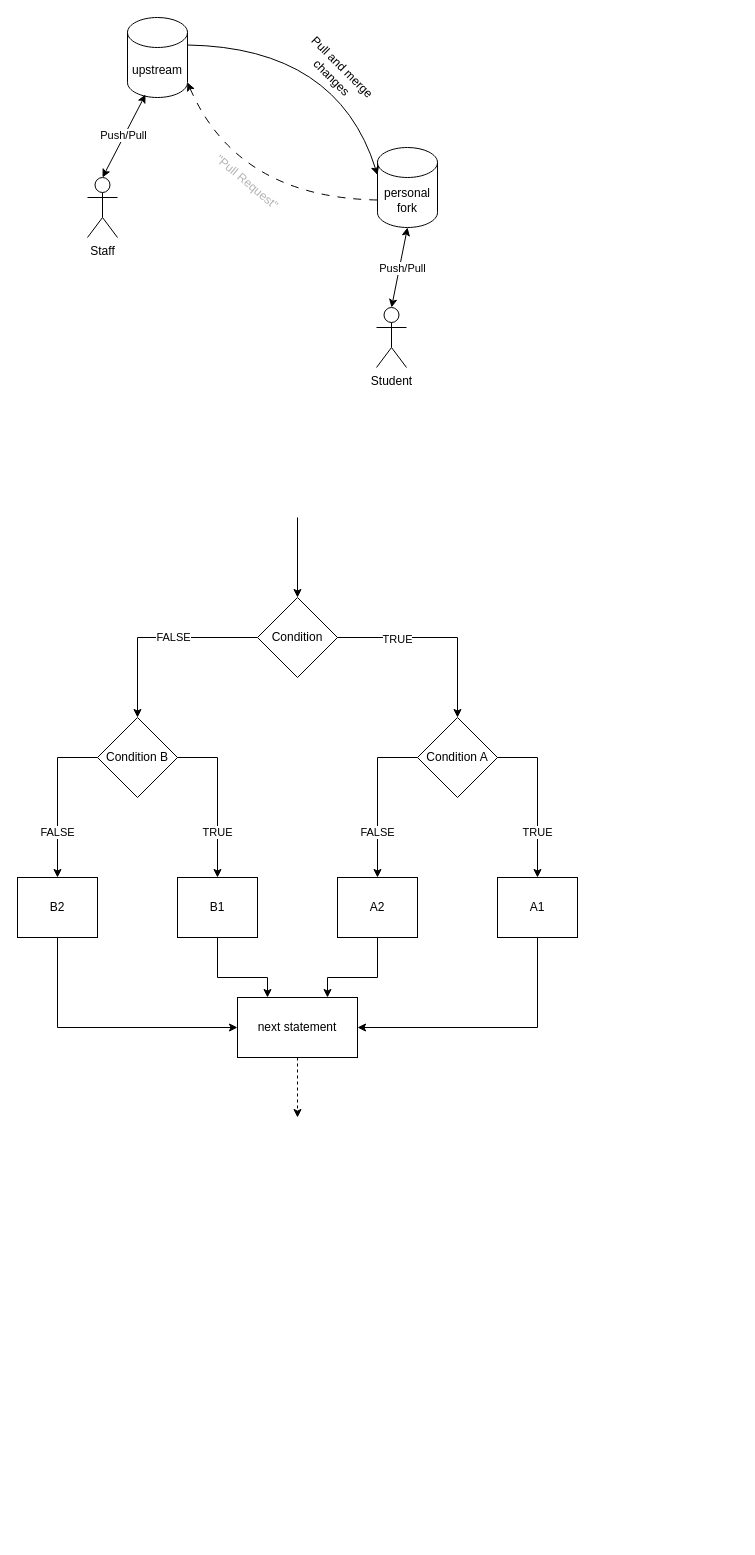
This is docs/level4/nested-if-else.drawio from UniversityOfPlymouthComputing/SoftwareEngineering, a draw.io file, before an edit. Source tidied: cells renumbered, new cells numbered last; positions are measured from the earlier drawing's top-left corner, leaving out a move shared by most shapes. Both pictures are drawn from the tidied source at 100%, with x=0, y=0 at pixel (17, 17).
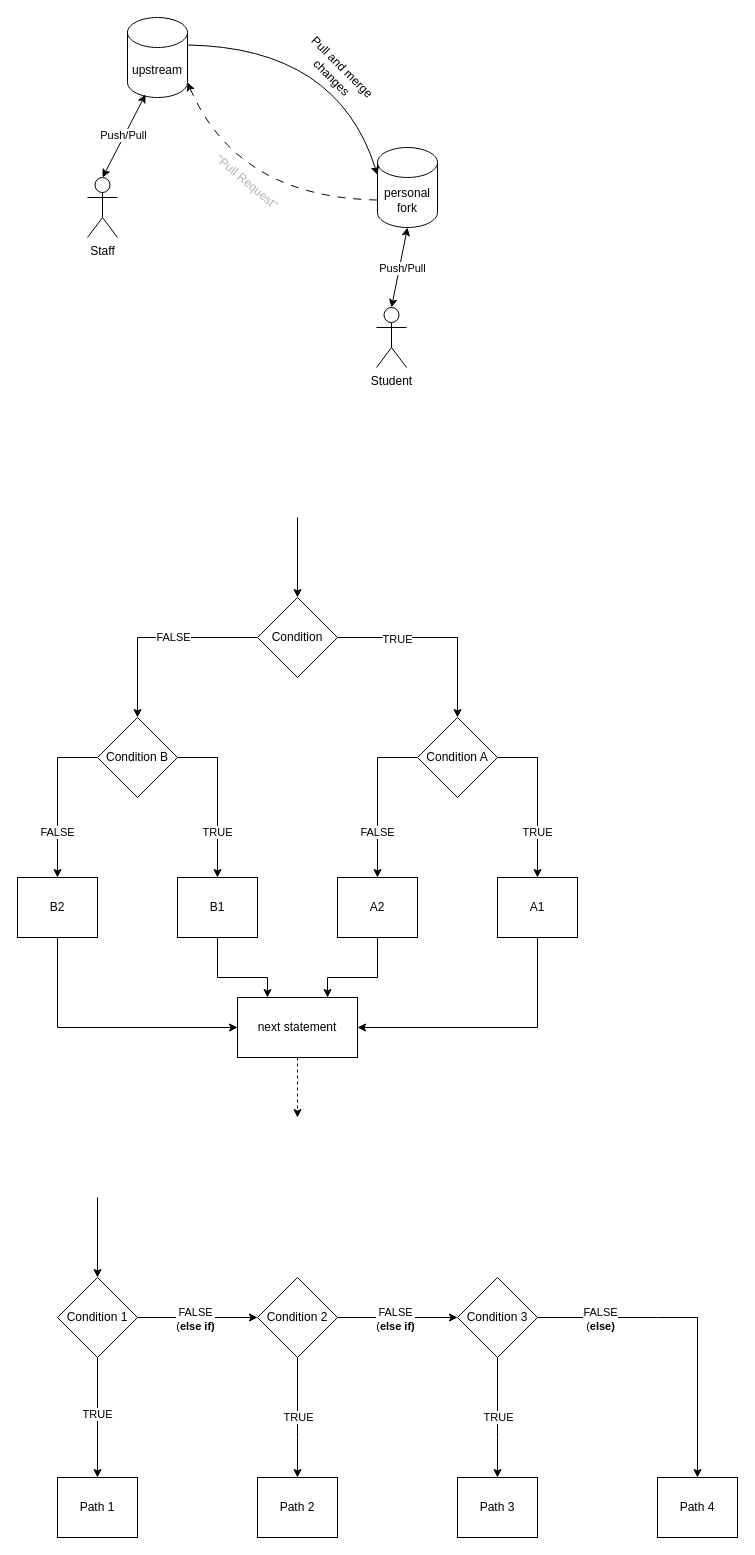
The same page after the edit.

What changed in the source:
```diff
@@
+    <mxCell id="40" value="Condition 1" style="rhombus;whiteSpace=wrap;html=1;" parent="1" vertex="1">
+      <mxGeometry x="40" y="1260" width="80" height="80" as="geometry" />
+    </mxCell>
+    <mxCell id="41" style="endArrow=classic;html=1;rounded=0;entryX=0.5;entryY=0;entryDx=0;entryDy=0;" parent="1" edge="1" target="40">
+      <mxGeometry relative="1" as="geometry">
+        <mxPoint x="80" y="1180" as="sourcePoint" />
+      </mxGeometry>
+    </mxCell>
+    <mxCell id="42" value="Condition 2" style="rhombus;whiteSpace=wrap;html=1;" parent="1" vertex="1">
+      <mxGeometry x="240" y="1260" width="80" height="80" as="geometry" />
+    </mxCell>
+    <mxCell id="43" value="Path 2" style="rounded=0;whiteSpace=wrap;html=1;" parent="1" vertex="1">
+      <mxGeometry x="240" y="1460" width="80" height="60" as="geometry" />
+    </mxCell>
+    <mxCell id="44" style="endArrow=classic;html=1;rounded=0;entryX=0.5;entryY=0;entryDx=0;entryDy=0;exitX=0.5;exitY=1;exitDx=0;exitDy=0;" parent="1" edge="1" source="42" target="43">
+      <mxGeometry relative="1" as="geometry">
+        <Array as="points">
+          <mxPoint x="280" y="1420" />
+        </Array>
+      </mxGeometry>
+    </mxCell>
+    <mxCell id="45" value="TRUE" style="edgeLabel;html=1;align=center;verticalAlign=middle;" parent="44" vertex="1">
+      <mxGeometry x="0.42" y="-1" relative="1" as="geometry">
+        <mxPoint x="1" y="-26" as="offset" />
+      </mxGeometry>
+    </mxCell>
+    <mxCell id="46" value="Path 1" style="rounded=0;whiteSpace=wrap;html=1;" parent="1" vertex="1">
+      <mxGeometry x="40" y="1460" width="80" height="60" as="geometry" />
+    </mxCell>
+    <mxCell id="47" style="endArrow=classic;html=1;rounded=0;exitX=0.5;exitY=1;exitDx=0;exitDy=0;entryX=0.5;entryY=0;entryDx=0;entryDy=0;" parent="1" edge="1" source="40" target="46">
+      <mxGeometry relative="1" as="geometry" />
+    </mxCell>
+    <mxCell id="48" value="TRUE" style="edgeLabel;html=1;align=center;verticalAlign=middle;" parent="47" vertex="1">
+      <mxGeometry x="-0.07" y="-1" relative="1" as="geometry" />
+    </mxCell>
+    <mxCell id="49" style="endArrow=classic;html=1;rounded=0;exitX=1;exitY=0.5;exitDx=0;exitDy=0;entryX=0;entryY=0.5;entryDx=0;entryDy=0;" parent="1" edge="1" source="40" target="42">
+      <mxGeometry relative="1" as="geometry" />
+    </mxCell>
+    <mxCell id="50" value="FALSE&lt;br&gt;(&lt;b&gt;else if)&lt;/b&gt;" style="edgeLabel;html=1;align=center;verticalAlign=middle;" parent="49" vertex="1">
+      <mxGeometry x="-0.05" y="-1" relative="1" as="geometry" />
+    </mxCell>
+    <mxCell id="51" style="endArrow=classic;html=1;rounded=0;exitX=1;exitY=0.5;exitDx=0;exitDy=0;entryX=0;entryY=0.5;entryDx=0;entryDy=0;" parent="1" edge="1" target="53">
+      <mxGeometry relative="1" as="geometry">
+        <mxPoint x="320" y="1300" as="sourcePoint" />
+      </mxGeometry>
+    </mxCell>
+    <mxCell id="52" value="FALSE&lt;br&gt;(&lt;b&gt;else if)&lt;/b&gt;" style="edgeLabel;html=1;align=center;verticalAlign=middle;" parent="51" vertex="1">
+      <mxGeometry x="-0.05" y="-1" relative="1" as="geometry" />
+    </mxCell>
+    <mxCell id="53" value="Condition 3" style="rhombus;whiteSpace=wrap;html=1;" parent="1" vertex="1">
+      <mxGeometry x="440" y="1260" width="80" height="80" as="geometry" />
+    </mxCell>
+    <mxCell id="54" style="endArrow=classic;html=1;rounded=0;entryX=0.5;entryY=0;entryDx=0;entryDy=0;exitX=0.5;exitY=1;exitDx=0;exitDy=0;" parent="1" edge="1" source="53" target="56">
+      <mxGeometry relative="1" as="geometry">
+        <Array as="points">
+          <mxPoint x="480" y="1420" />
+        </Array>
+      </mxGeometry>
+    </mxCell>
+    <mxCell id="55" value="TRUE" style="edgeLabel;html=1;align=center;verticalAlign=middle;" parent="54" vertex="1">
+      <mxGeometry x="0.42" y="-1" relative="1" as="geometry">
+        <mxPoint x="1" y="-26" as="offset" />
+      </mxGeometry>
+    </mxCell>
+    <mxCell id="56" value="Path 3" style="rounded=0;whiteSpace=wrap;html=1;" parent="1" vertex="1">
+      <mxGeometry x="440" y="1460" width="80" height="60" as="geometry" />
+    </mxCell>
+    <mxCell id="57" style="endArrow=classic;html=1;rounded=0;entryX=0.5;entryY=0;entryDx=0;entryDy=0;exitX=1;exitY=0.5;exitDx=0;exitDy=0;" parent="1" edge="1" source="53" target="59">
+      <mxGeometry relative="1" as="geometry">
+        <Array as="points">
+          <mxPoint x="640" y="1300" />
+          <mxPoint x="680" y="1300" />
+        </Array>
+      </mxGeometry>
+    </mxCell>
+    <mxCell id="58" value="FALSE&lt;br&gt;(&lt;b&gt;else)&lt;/b&gt;" style="edgeLabel;html=1;align=center;verticalAlign=middle;" parent="57" vertex="1">
+      <mxGeometry x="-0.61" y="-1" relative="1" as="geometry" />
+    </mxCell>
+    <mxCell id="59" value="Path 4" style="rounded=0;whiteSpace=wrap;html=1;" parent="1" vertex="1">
+      <mxGeometry x="640" y="1460" width="80" height="60" as="geometry" />
+    </mxCell>
```
